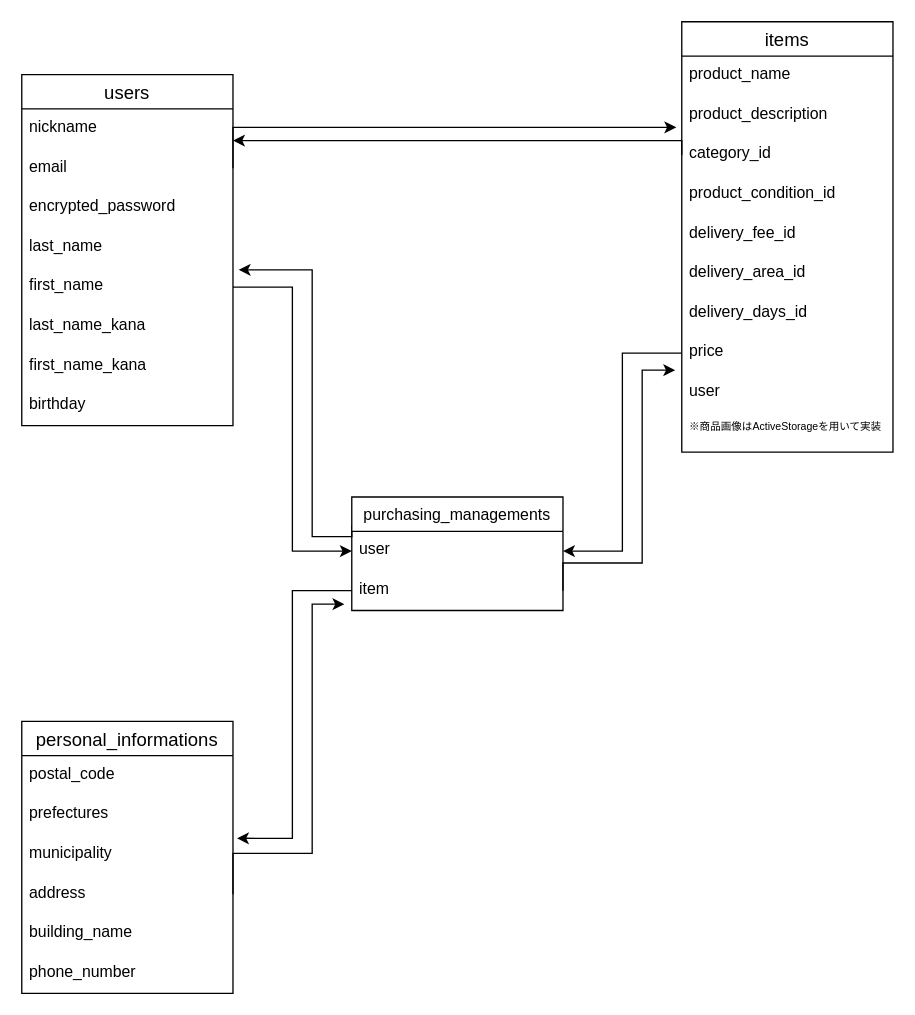
Above: db_er.dio in yonblog/furima-34814 (draw.io), before the change. Source tidied: cells renumbered, new cells numbered last; positions are measured from the earlier drawing's top-left corner, leaving out a move shared by most shapes. Both pictures are drawn from the tidied source at 132%, with x=0, y=0 at pixel (21, 21).
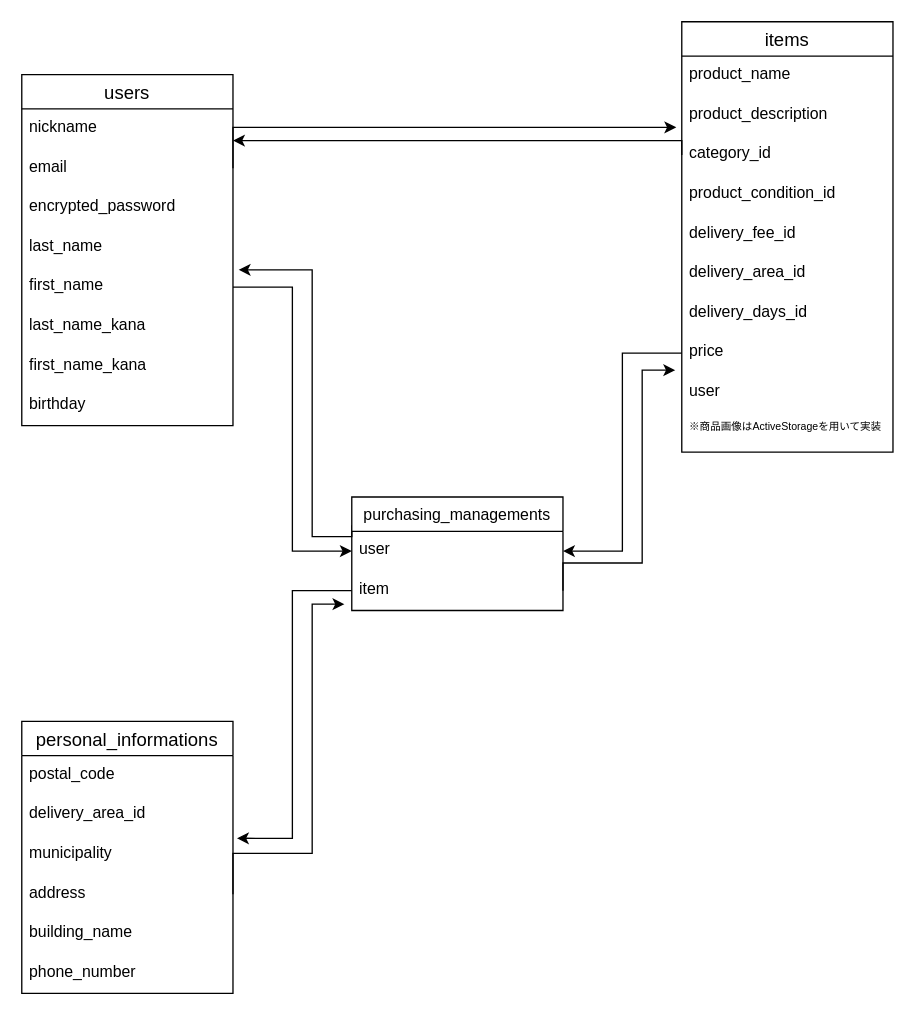
Above is the later version.

Commit message (it also covers changes not shown here):
カラムの修正

Unchanged cells that the change refers to:
```xml
<mxCell id="11" value="personal_informations" style="swimlane;fontStyle=0;horizontal=1;startSize=26;align=center;fontSize=14;" parent="1" vertex="1">
  <mxGeometry y="530" width="160" height="206" as="geometry" />
</mxCell>
```

Diff of the diagram source:
```diff
@@
-    <mxCell id="13" value="prefectures" style="text;strokeColor=none;fillColor=none;spacingLeft=4;spacingRight=4;overflow=hidden;fontSize=12;" parent="11" vertex="1">
+    <mxCell id="13" value="delivery_area_id" style="text;strokeColor=none;fillColor=none;spacingLeft=4;spacingRight=4;overflow=hidden;fontSize=12;" parent="11" vertex="1">
       <mxGeometry y="56" width="160" height="30" as="geometry" />
     </mxCell>
```
